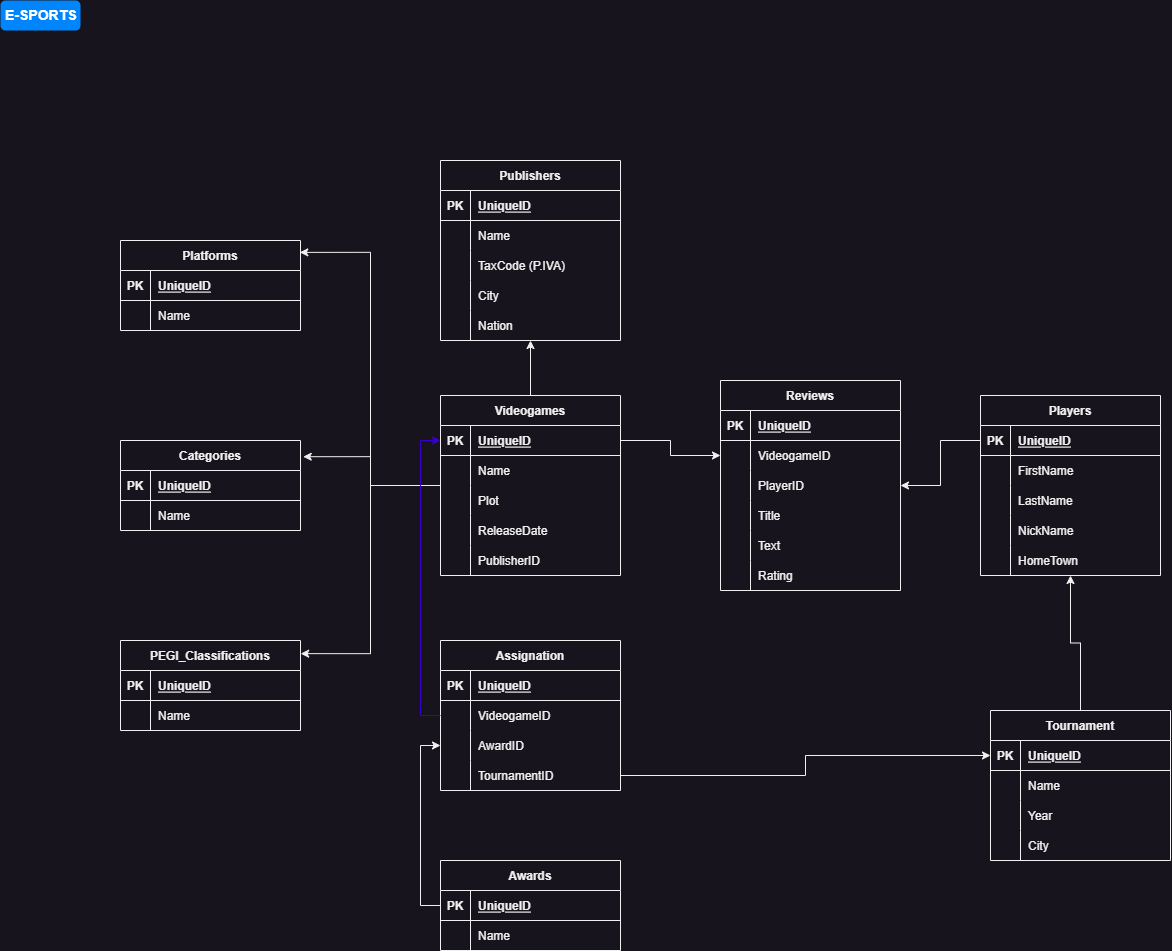
The draw.io diagram db-videogames.drawio.png in FrancescoLimpias/db-videogames, before a commit. Source tidied: cells renumbered, new cells last; positions are measured from the earlier drawing's top-left corner, leaving out a move shared by most shapes.
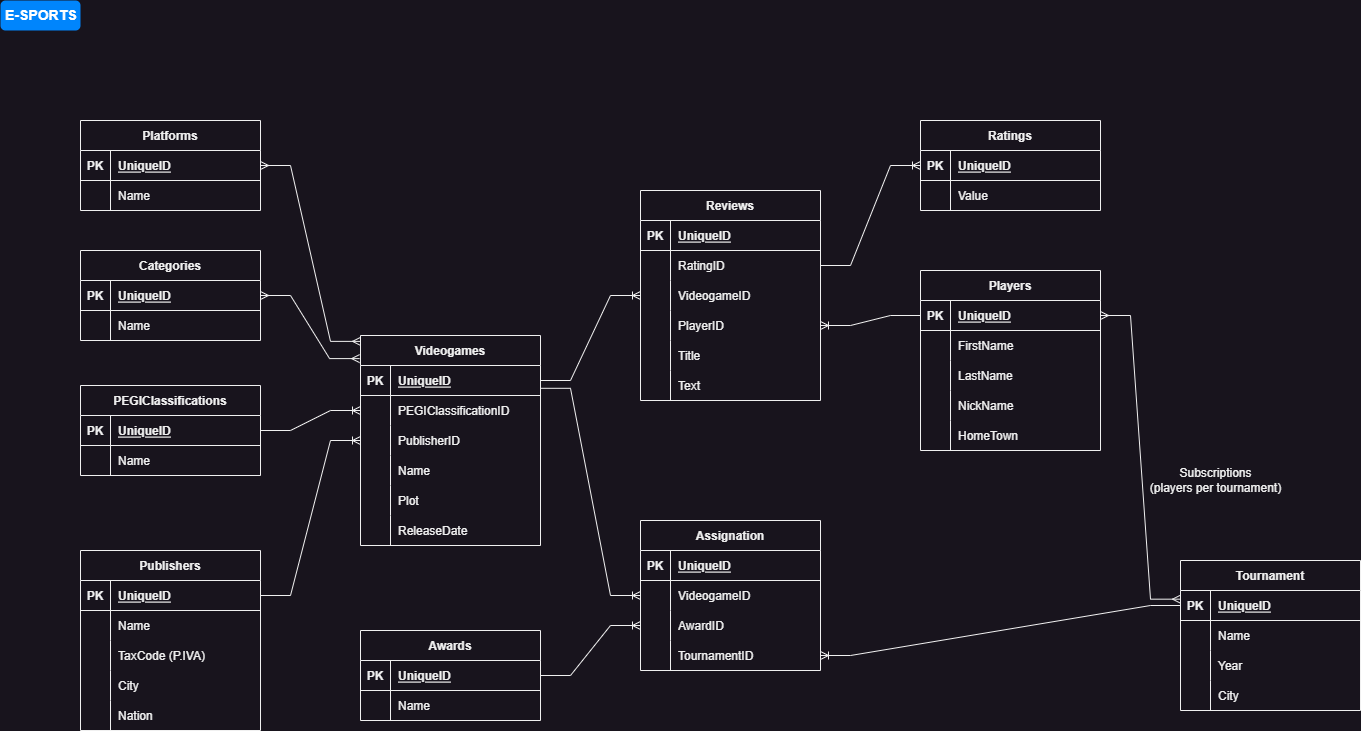
Later version of the same file.

Commit message:
Added relationships between entities

What changed in the source:
```diff
@@ -7,16 +7,4 @@
     </mxCell>
-    <mxCell id="3" style="edgeStyle=orthogonalEdgeStyle;rounded=0;jettySize=auto;html=1;entryX=0.996;entryY=0.132;entryDx=0;entryDy=0;entryPerimeter=0;" parent="1" edge="1" source="7" target="39">
-      <mxGeometry relative="1" as="geometry" />
-    </mxCell>
-    <mxCell id="4" style="edgeStyle=orthogonalEdgeStyle;rounded=0;jettySize=auto;html=1;entryX=1.001;entryY=0.146;entryDx=0;entryDy=0;entryPerimeter=0;" parent="1" edge="1" source="7" target="53">
-      <mxGeometry relative="1" as="geometry" />
-    </mxCell>
-    <mxCell id="5" style="edgeStyle=orthogonalEdgeStyle;rounded=0;jettySize=auto;html=1;entryX=1.015;entryY=0.18;entryDx=0;entryDy=0;entryPerimeter=0;" parent="1" edge="1" source="7" target="46">
-      <mxGeometry relative="1" as="geometry" />
-    </mxCell>
-    <mxCell id="6" style="edgeStyle=orthogonalEdgeStyle;rounded=0;jettySize=auto;html=1;" parent="1" edge="1" source="7" target="23">
-      <mxGeometry relative="1" as="geometry" />
-    </mxCell>
     <mxCell id="7" value="Videogames" style="shape=table;startSize=30;rowLines=0;fontStyle=1;align=center;" parent="1" vertex="1">
-      <mxGeometry x="440" y="395" width="180" height="180" as="geometry" />
+      <mxGeometry x="360" y="335" width="180" height="210" as="geometry" />
     </mxCell>
@@ -31,4 +19,22 @@
     </mxCell>
+    <mxCell id="134" style="shape=tableRow;horizontal=0;startSize=0;swimlaneHead=0;swimlaneBody=0;fillColor=none;points=[[0,0.5],[1,0.5]];portConstraint=eastwest;top=0;left=0;right=0;bottom=0;" parent="7" vertex="1">
+      <mxGeometry y="60" width="180" height="30" as="geometry" />
+    </mxCell>
+    <mxCell id="135" style="shape=partialRectangle;fillColor=none;top=0;left=0;bottom=0;right=0;overflow=hidden;" parent="134" vertex="1">
+      <mxGeometry width="30" height="30" as="geometry" />
+    </mxCell>
+    <mxCell id="136" value="PEGIClassificationID" style="shape=partialRectangle;fillColor=none;top=0;left=0;bottom=0;right=0;align=left;spacingLeft=6;overflow=hidden;" parent="134" vertex="1">
+      <mxGeometry x="30" width="150" height="30" as="geometry" />
+    </mxCell>
+    <mxCell id="20" style="shape=tableRow;horizontal=0;startSize=0;swimlaneHead=0;swimlaneBody=0;fillColor=none;points=[[0,0.5],[1,0.5]];portConstraint=eastwest;top=0;left=0;right=0;bottom=0;" parent="7" vertex="1">
+      <mxGeometry y="90" width="180" height="30" as="geometry" />
+    </mxCell>
+    <mxCell id="21" style="shape=partialRectangle;fillColor=none;top=0;left=0;bottom=0;right=0;overflow=hidden;" parent="20" vertex="1">
+      <mxGeometry width="30" height="30" as="geometry" />
+    </mxCell>
+    <mxCell id="22" value="PublisherID" style="shape=partialRectangle;fillColor=none;top=0;left=0;bottom=0;right=0;align=left;spacingLeft=6;overflow=hidden;" parent="20" vertex="1">
+      <mxGeometry x="30" width="150" height="30" as="geometry" />
+    </mxCell>
     <mxCell id="11" style="shape=tableRow;horizontal=0;startSize=0;swimlaneHead=0;swimlaneBody=0;fillColor=none;top=0;left=0;right=0;bottom=0;" parent="7" vertex="1">
-      <mxGeometry y="60" width="180" height="30" as="geometry" />
+      <mxGeometry y="120" width="180" height="30" as="geometry" />
     </mxCell>
@@ -41,3 +47,3 @@
     <mxCell id="14" style="shape=tableRow;horizontal=0;startSize=0;swimlaneHead=0;swimlaneBody=0;fillColor=none;top=0;left=0;right=0;bottom=0;" parent="7" vertex="1">
-      <mxGeometry y="90" width="180" height="30" as="geometry" />
+      <mxGeometry y="150" width="180" height="30" as="geometry" />
     </mxCell>
@@ -50,3 +56,3 @@
     <mxCell id="17" style="shape=tableRow;horizontal=0;startSize=0;swimlaneHead=0;swimlaneBody=0;fillColor=none;top=0;left=0;right=0;bottom=0;" parent="7" vertex="1">
-      <mxGeometry y="120" width="180" height="30" as="geometry" />
+      <mxGeometry y="180" width="180" height="30" as="geometry" />
     </mxCell>
@@ -58,13 +64,4 @@
     </mxCell>
-    <mxCell id="20" style="shape=tableRow;horizontal=0;startSize=0;swimlaneHead=0;swimlaneBody=0;fillColor=none;points=[[0,0.5],[1,0.5]];portConstraint=eastwest;top=0;left=0;right=0;bottom=0;" parent="7" vertex="1">
-      <mxGeometry y="150" width="180" height="30" as="geometry" />
-    </mxCell>
-    <mxCell id="21" style="shape=partialRectangle;fillColor=none;top=0;left=0;bottom=0;right=0;overflow=hidden;" parent="20" vertex="1">
-      <mxGeometry width="30" height="30" as="geometry" />
-    </mxCell>
-    <mxCell id="22" value="PublisherID" style="shape=partialRectangle;fillColor=none;top=0;left=0;bottom=0;right=0;align=left;spacingLeft=6;overflow=hidden;" parent="20" vertex="1">
-      <mxGeometry x="30" width="150" height="30" as="geometry" />
-    </mxCell>
     <mxCell id="23" value="Publishers" style="shape=table;startSize=30;rowLines=0;fontStyle=1;align=center;" parent="1" vertex="1">
-      <mxGeometry x="440" y="160" width="180" height="180" as="geometry" />
+      <mxGeometry x="80" y="550" width="180" height="180" as="geometry" />
     </mxCell>
@@ -116,3 +113,3 @@
     <mxCell id="39" value="Platforms" style="shape=table;startSize=30;rowLines=0;fontStyle=1;align=center;" parent="1" vertex="1">
-      <mxGeometry x="120" y="240" width="180" height="90" as="geometry" />
+      <mxGeometry x="80" y="120" width="180" height="90" as="geometry" />
     </mxCell>
@@ -137,3 +134,3 @@
     <mxCell id="46" value="Categories" style="shape=table;startSize=30;rowLines=0;fontStyle=1;align=center;" parent="1" vertex="1">
-      <mxGeometry x="120" y="440" width="180" height="90" as="geometry" />
+      <mxGeometry x="80" y="250" width="180" height="90" as="geometry" />
     </mxCell>
@@ -157,4 +154,4 @@
     </mxCell>
-    <mxCell id="53" value="PEGI_Classifications" style="shape=table;startSize=30;rowLines=0;fontStyle=1;align=center;" parent="1" vertex="1">
-      <mxGeometry x="120" y="640" width="180" height="90" as="geometry" />
+    <mxCell id="53" value="PEGIClassifications" style="shape=table;startSize=30;rowLines=0;fontStyle=1;align=center;" parent="1" vertex="1">
+      <mxGeometry x="80" y="385" width="180" height="90" as="geometry" />
     </mxCell>
@@ -178,7 +175,4 @@
     </mxCell>
-    <mxCell id="60" style="edgeStyle=orthogonalEdgeStyle;rounded=0;jettySize=auto;html=1;" parent="1" edge="1" source="61" target="74">
-      <mxGeometry relative="1" as="geometry" />
-    </mxCell>
     <mxCell id="61" value="Tournament" style="shape=table;startSize=30;rowLines=0;fontStyle=1;align=center;" parent="1" vertex="1">
-      <mxGeometry x="990" y="710" width="180" height="150" as="geometry" />
+      <mxGeometry x="1180" y="560" width="180" height="150" as="geometry" />
     </mxCell>
@@ -221,3 +215,3 @@
     <mxCell id="74" value="Players" style="shape=table;startSize=30;rowLines=0;fontStyle=1;align=center;" parent="1" vertex="1">
-      <mxGeometry x="980" y="395" width="180" height="180" as="geometry" />
+      <mxGeometry x="920" y="270" width="180" height="180" as="geometry" />
     </mxCell>
@@ -269,3 +263,3 @@
     <mxCell id="90" value="Reviews" style="shape=table;startSize=30;rowLines=0;fontStyle=1;align=center;" parent="1" vertex="1">
-      <mxGeometry x="720" y="380" width="180" height="210" as="geometry" />
+      <mxGeometry x="640" y="190" width="180" height="210" as="geometry" />
     </mxCell>
@@ -280,4 +274,13 @@
     </mxCell>
+    <mxCell id="137" style="shape=tableRow;horizontal=0;startSize=0;swimlaneHead=0;swimlaneBody=0;fillColor=none;points=[[0,0.5],[1,0.5]];portConstraint=eastwest;top=0;left=0;right=0;bottom=0;" parent="90" vertex="1">
+      <mxGeometry y="60" width="180" height="30" as="geometry" />
+    </mxCell>
+    <mxCell id="138" style="shape=partialRectangle;fillColor=none;top=0;left=0;bottom=0;right=0;overflow=hidden;" parent="137" vertex="1">
+      <mxGeometry width="30" height="30" as="geometry" />
+    </mxCell>
+    <mxCell id="139" value="RatingID" style="shape=partialRectangle;fillColor=none;top=0;left=0;bottom=0;right=0;align=left;spacingLeft=6;overflow=hidden;" parent="137" vertex="1">
+      <mxGeometry x="30" width="150" height="30" as="geometry" />
+    </mxCell>
     <mxCell id="94" style="shape=tableRow;horizontal=0;startSize=0;swimlaneHead=0;swimlaneBody=0;fillColor=none;points=[[0,0.5],[1,0.5]];portConstraint=eastwest;top=0;left=0;right=0;bottom=0;" parent="90" vertex="1">
-      <mxGeometry y="60" width="180" height="30" as="geometry" />
+      <mxGeometry y="90" width="180" height="30" as="geometry" />
     </mxCell>
@@ -290,3 +293,3 @@
     <mxCell id="97" style="shape=tableRow;horizontal=0;startSize=0;swimlaneHead=0;swimlaneBody=0;fillColor=none;points=[[0,0.5],[1,0.5]];portConstraint=eastwest;top=0;left=0;right=0;bottom=0;" parent="90" vertex="1">
-      <mxGeometry y="90" width="180" height="30" as="geometry" />
+      <mxGeometry y="120" width="180" height="30" as="geometry" />
     </mxCell>
@@ -299,3 +302,3 @@
     <mxCell id="100" style="shape=tableRow;horizontal=0;startSize=0;swimlaneHead=0;swimlaneBody=0;fillColor=none;top=0;left=0;right=0;bottom=0;" parent="90" vertex="1">
-      <mxGeometry y="120" width="180" height="30" as="geometry" />
+      <mxGeometry y="150" width="180" height="30" as="geometry" />
     </mxCell>
@@ -308,3 +311,3 @@
     <mxCell id="103" style="shape=tableRow;horizontal=0;startSize=0;swimlaneHead=0;swimlaneBody=0;fillColor=none;top=0;left=0;right=0;bottom=0;" parent="90" vertex="1">
-      <mxGeometry y="150" width="180" height="30" as="geometry" />
+      <mxGeometry y="180" width="180" height="30" as="geometry" />
     </mxCell>
@@ -316,19 +319,4 @@
     </mxCell>
-    <mxCell id="106" style="shape=tableRow;horizontal=0;startSize=0;swimlaneHead=0;swimlaneBody=0;fillColor=none;top=0;left=0;right=0;bottom=0;" parent="90" vertex="1">
-      <mxGeometry y="180" width="180" height="30" as="geometry" />
-    </mxCell>
-    <mxCell id="107" style="shape=partialRectangle;fillColor=none;top=0;left=0;bottom=0;right=0;overflow=hidden;" parent="106" vertex="1">
-      <mxGeometry width="30" height="30" as="geometry" />
-    </mxCell>
-    <mxCell id="108" value="Rating" style="shape=partialRectangle;fillColor=none;top=0;left=0;bottom=0;right=0;align=left;spacingLeft=6;overflow=hidden;" parent="106" vertex="1">
-      <mxGeometry x="30" width="150" height="30" as="geometry" />
-    </mxCell>
-    <mxCell id="109" style="edgeStyle=orthogonalEdgeStyle;rounded=0;jettySize=auto;html=1;entryX=1;entryY=0.5;entryDx=0;entryDy=0;" parent="1" edge="1" source="75" target="97">
-      <mxGeometry relative="1" as="geometry" />
-    </mxCell>
-    <mxCell id="110" style="edgeStyle=orthogonalEdgeStyle;rounded=0;jettySize=auto;html=1;entryX=0;entryY=0.5;entryDx=0;entryDy=0;" parent="1" edge="1" source="8" target="94">
-      <mxGeometry relative="1" as="geometry" />
-    </mxCell>
     <mxCell id="111" value="Awards" style="shape=table;startSize=30;rowLines=0;fontStyle=1;align=center;" parent="1" vertex="1">
-      <mxGeometry x="440" y="860" width="180" height="90" as="geometry" />
+      <mxGeometry x="360" y="630" width="180" height="90" as="geometry" />
     </mxCell>
@@ -353,3 +341,3 @@
     <mxCell id="118" value="Assignation" style="shape=table;startSize=30;rowLines=0;fontStyle=1;align=center;" parent="1" vertex="1">
-      <mxGeometry x="440" y="640" width="180" height="150" as="geometry" />
+      <mxGeometry x="640" y="520" width="180" height="150" as="geometry" />
     </mxCell>
@@ -391,11 +379,59 @@
     </mxCell>
+    <mxCell id="140" style="edgeStyle=entityRelationEdgeStyle;fontSize=12;html=1;endArrow=ERoneToMany;rounded=0;exitX=1;exitY=0.5;exitDx=0;exitDy=0;entryX=0;entryY=0.5;entryDx=0;entryDy=0;" parent="1" edge="1" source="24" target="20">
+      <mxGeometry relative="1" as="geometry" />
+    </mxCell>
+    <mxCell id="141" style="edgeStyle=entityRelationEdgeStyle;fontSize=12;html=1;endArrow=ERmany;startArrow=ERmany;rounded=0;exitX=1;exitY=0.5;exitDx=0;exitDy=0;entryX=0;entryY=0.028;entryDx=0;entryDy=0;entryPerimeter=0;" parent="1" edge="1" source="40" target="7">
+      <mxGeometry relative="1" as="geometry" />
+    </mxCell>
+    <mxCell id="142" style="edgeStyle=entityRelationEdgeStyle;fontSize=12;html=1;endArrow=ERmany;startArrow=ERmany;rounded=0;exitX=1;exitY=0.5;exitDx=0;exitDy=0;entryX=-0.005;entryY=0.11;entryDx=0;entryDy=0;entryPerimeter=0;" parent="1" edge="1" source="47" target="7">
+      <mxGeometry relative="1" as="geometry" />
+    </mxCell>
+    <mxCell id="143" style="edgeStyle=entityRelationEdgeStyle;fontSize=12;html=1;endArrow=ERoneToMany;rounded=0;exitX=1;exitY=0.5;exitDx=0;exitDy=0;" parent="1" edge="1" source="54" target="134">
+      <mxGeometry relative="1" as="geometry" />
+    </mxCell>
+    <mxCell id="144" style="edgeStyle=entityRelationEdgeStyle;fontSize=12;html=1;endArrow=ERmany;startArrow=ERmany;rounded=0;exitX=0;exitY=0.289;exitDx=0;exitDy=0;exitPerimeter=0;" parent="1" edge="1" source="62" target="75">
+      <mxGeometry relative="1" as="geometry" />
+    </mxCell>
+    <mxCell id="145" value="Subscriptions&lt;br&gt;(players per tournament)" style="text;html=1;align=center;verticalAlign=middle;strokeColor=none;fillColor=none;rotation=0;" parent="1" vertex="1">
+      <mxGeometry x="1140" y="460" width="150" height="40" as="geometry" />
+    </mxCell>
+    <mxCell id="109" style="edgeStyle=entityRelationEdgeStyle;fontSize=12;html=1;endArrow=ERoneToMany;rounded=0;exitX=0;exitY=0.5;exitDx=0;exitDy=0;" parent="1" edge="1" source="75" target="97">
+      <mxGeometry relative="1" as="geometry" />
+    </mxCell>
+    <mxCell id="110" style="edgeStyle=entityRelationEdgeStyle;fontSize=12;html=1;endArrow=ERoneToMany;rounded=0;entryX=0;entryY=0.5;entryDx=0;entryDy=0;exitX=1;exitY=0.5;exitDx=0;exitDy=0;" parent="1" edge="1" source="8" target="94">
+      <mxGeometry relative="1" as="geometry" />
+    </mxCell>
+    <mxCell id="146" value="Ratings" style="shape=table;startSize=30;rowLines=0;fontStyle=1;align=center;" parent="1" vertex="1">
+      <mxGeometry x="920" y="120" width="180" height="90" as="geometry" />
+    </mxCell>
+    <mxCell id="147" style="shape=tableRow;horizontal=0;startSize=0;swimlaneHead=0;swimlaneBody=0;fillColor=none;points=[[0,0.5],[1,0.5]];portConstraint=eastwest;top=0;left=0;right=0;bottom=1;" parent="146" vertex="1">
+      <mxGeometry y="30" width="180" height="30" as="geometry" />
+    </mxCell>
+    <mxCell id="148" value="PK" style="shape=partialRectangle;fillColor=none;top=0;left=0;bottom=0;right=0;fontStyle=1;overflow=hidden;" parent="147" vertex="1">
+      <mxGeometry width="30" height="30" as="geometry" />
+    </mxCell>
+    <mxCell id="149" value="UniqueID" style="shape=partialRectangle;fillColor=none;top=0;left=0;bottom=0;right=0;align=left;spacingLeft=6;fontStyle=5;overflow=hidden;" parent="147" vertex="1">
+      <mxGeometry x="30" width="150" height="30" as="geometry" />
+    </mxCell>
+    <mxCell id="150" style="shape=tableRow;horizontal=0;startSize=0;swimlaneHead=0;swimlaneBody=0;fillColor=none;top=0;left=0;right=0;bottom=0;" parent="146" vertex="1">
+      <mxGeometry y="60" width="180" height="30" as="geometry" />
+    </mxCell>
+    <mxCell id="151" style="shape=partialRectangle;fillColor=none;top=0;left=0;bottom=0;right=0;overflow=hidden;" parent="150" vertex="1">
+      <mxGeometry width="30" height="30" as="geometry" />
+    </mxCell>
+    <mxCell id="152" value="Value" style="shape=partialRectangle;fillColor=none;top=0;left=0;bottom=0;right=0;align=left;spacingLeft=6;overflow=hidden;" parent="150" vertex="1">
+      <mxGeometry x="30" width="150" height="30" as="geometry" />
+    </mxCell>
+    <mxCell id="153" style="edgeStyle=entityRelationEdgeStyle;fontSize=12;html=1;endArrow=ERoneToMany;rounded=0;exitX=1;exitY=0.5;exitDx=0;exitDy=0;" parent="1" edge="1" source="137" target="147">
+      <mxGeometry relative="1" as="geometry" />
+    </mxCell>
+    <mxCell id="154" style="edgeStyle=entityRelationEdgeStyle;fontSize=12;html=1;endArrow=ERoneToMany;rounded=0;exitX=1;exitY=0.76;exitDx=0;exitDy=0;exitPerimeter=0;entryX=0;entryY=0.5;entryDx=0;entryDy=0;" parent="1" edge="1" source="8" target="122">
+      <mxGeometry relative="1" as="geometry" />
+    </mxCell>
-    <mxCell id="131" style="edgeStyle=orthogonalEdgeStyle;rounded=0;jettySize=auto;html=1;entryX=0;entryY=0.5;entryDx=0;entryDy=0;" parent="1" edge="1" source="112" target="125">
+    <mxCell id="131" style="edgeStyle=entityRelationEdgeStyle;fontSize=12;html=1;endArrow=ERoneToMany;rounded=0;exitX=1;exitY=0.5;exitDx=0;exitDy=0;entryX=0;entryY=0.5;entryDx=0;entryDy=0;" parent="1" edge="1" source="112" target="125">
       <mxGeometry relative="1" as="geometry" />
     </mxCell>
-    <mxCell id="132" style="edgeStyle=orthogonalEdgeStyle;rounded=0;jettySize=auto;html=1;entryX=0;entryY=0.5;entryDx=0;entryDy=0;fillColor=#6a00ff;strokeColor=#3700CC;" parent="1" edge="1" source="122" target="8">
-      <mxGeometry relative="1" as="geometry" />
-    </mxCell>
-    <mxCell id="133" style="edgeStyle=orthogonalEdgeStyle;rounded=0;jettySize=auto;html=1;entryX=0;entryY=0.5;entryDx=0;entryDy=0;" parent="1" edge="1" source="128" target="62">
-      <mxGeometry relative="1" as="geometry" />
-    </mxCell>
+    <mxCell id="155" style="edgeStyle=entityRelationEdgeStyle;fontSize=12;html=1;endArrow=ERoneToMany;rounded=0;entryX=1;entryY=0.5;entryDx=0;entryDy=0;exitX=0;exitY=0.5;exitDx=0;exitDy=0;" parent="1" edge="1" source="62" target="128">
+      <mxGeometry relative="1" as="geometry" />
+    </mxCell>
   </root>
```
